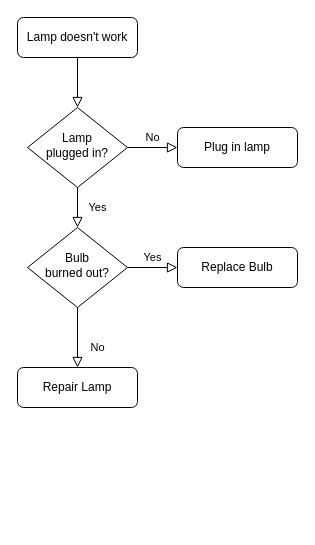
This is Untitled Diagram.drawio from Lamdadsn/Lamdadsn, a draw.io file, before an edit. Source tidied: cells renumbered, new cells numbered last; positions are measured from the earlier drawing's top-left corner, leaving out a move shared by most shapes. Both pictures are drawn from the tidied source at 100%, with x=0, y=0 at pixel (17, 17).
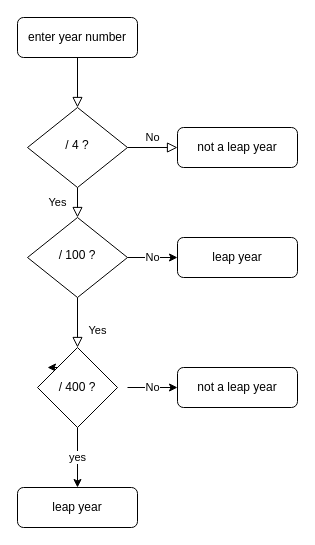
Above is the later version.

What changed in the source:
```diff
@@
-    <mxCell id="3" value="Lamp doesn't work" style="rounded=1;whiteSpace=wrap;html=1;fontSize=12;glass=0;strokeWidth=1;shadow=0;" parent="1" vertex="1">
+    <mxCell id="3" value="enter year number" style="rounded=1;whiteSpace=wrap;html=1;fontSize=12;glass=0;strokeWidth=1;shadow=0;" parent="1" vertex="1">
       <mxGeometry width="120" height="40" as="geometry" />
     </mxCell>
@@
-    <mxCell id="6" value="Lamp&lt;br&gt;plugged in?" style="rhombus;whiteSpace=wrap;html=1;shadow=0;fontFamily=Helvetica;fontSize=12;align=center;strokeWidth=1;spacing=6;spacingTop=-4;" parent="1" vertex="1">
+    <mxCell id="6" value="/ 4 ?" style="rhombus;whiteSpace=wrap;html=1;shadow=0;fontFamily=Helvetica;fontSize=12;align=center;strokeWidth=1;spacing=6;spacingTop=-4;" parent="1" vertex="1">
       <mxGeometry x="10" y="90" width="100" height="80" as="geometry" />
     </mxCell>
-    <mxCell id="7" value="Plug in lamp" style="rounded=1;whiteSpace=wrap;html=1;fontSize=12;glass=0;strokeWidth=1;shadow=0;" parent="1" vertex="1">
+    <mxCell id="7" value="not a leap year" style="rounded=1;whiteSpace=wrap;html=1;fontSize=12;glass=0;strokeWidth=1;shadow=0;" parent="1" vertex="1">
       <mxGeometry x="160" y="110" width="120" height="40" as="geometry" />
     </mxCell>
-    <mxCell id="8" value="No" style="rounded=0;html=1;jettySize=auto;fontSize=11;endArrow=block;endFill=0;endSize=8;strokeWidth=1;shadow=0;labelBackgroundColor=none;edgeStyle=orthogonalEdgeStyle;" parent="1" edge="1" source="10" target="11">
+    <mxCell id="8" value="Yes" style="rounded=0;html=1;jettySize=auto;fontSize=11;endArrow=block;endFill=0;endSize=8;strokeWidth=1;shadow=0;labelBackgroundColor=none;edgeStyle=orthogonalEdgeStyle;" parent="1" edge="1" source="10" target="15">
       <mxGeometry x="0.33" y="20" relative="1" as="geometry" />
     </mxCell>
-    <mxCell id="9" value="Yes" style="edgeStyle=orthogonalEdgeStyle;rounded=0;html=1;jettySize=auto;fontSize=11;endArrow=block;endFill=0;endSize=8;strokeWidth=1;shadow=0;labelBackgroundColor=none;" parent="1" edge="1" source="10" target="12">
-      <mxGeometry y="10" relative="1" as="geometry" />
-    </mxCell>
-    <mxCell id="10" value="Bulb&lt;br&gt;burned out?" style="rhombus;whiteSpace=wrap;html=1;shadow=0;fontFamily=Helvetica;fontSize=12;align=center;strokeWidth=1;spacing=6;spacingTop=-4;" parent="1" vertex="1">
-      <mxGeometry x="10" y="210" width="100" height="80" as="geometry" />
+    <mxCell id="10" value="/ 100 ?" style="rhombus;whiteSpace=wrap;html=1;shadow=0;fontFamily=Helvetica;fontSize=12;align=center;strokeWidth=1;spacing=6;spacingTop=-4;" parent="1" vertex="1">
+      <mxGeometry x="10" y="200" width="100" height="80" as="geometry" />
     </mxCell>
-    <mxCell id="11" value="Repair Lamp" style="rounded=1;whiteSpace=wrap;html=1;fontSize=12;glass=0;strokeWidth=1;shadow=0;" parent="1" vertex="1">
-      <mxGeometry y="350" width="120" height="40" as="geometry" />
+    <mxCell id="11" value="leap year" style="rounded=1;whiteSpace=wrap;html=1;fontSize=12;glass=0;strokeWidth=1;shadow=0;" parent="1" vertex="1">
+      <mxGeometry y="470" width="120" height="40" as="geometry" />
     </mxCell>
-    <mxCell id="12" value="Replace Bulb" style="rounded=1;whiteSpace=wrap;html=1;fontSize=12;glass=0;strokeWidth=1;shadow=0;" parent="1" vertex="1">
-      <mxGeometry x="160" y="230" width="120" height="40" as="geometry" />
-    </mxCell>
+    <mxCell id="13" style="edgeStyle=orthogonalEdgeStyle;rounded=0;jettySize=auto;html=1;exitX=0;exitY=0;exitDx=0;exitDy=0;" parent="1" edge="1" source="15">
+      <mxGeometry relative="1" as="geometry">
+        <mxPoint x="30" y="350" as="targetPoint" />
+      </mxGeometry>
+    </mxCell>
+    <mxCell id="14" value="yes" style="edgeStyle=orthogonalEdgeStyle;rounded=0;jettySize=auto;html=1;exitX=0.5;exitY=1;exitDx=0;exitDy=0;entryX=0.5;entryY=0;entryDx=0;entryDy=0;" parent="1" edge="1" source="15" target="11">
+      <mxGeometry relative="1" as="geometry" />
+    </mxCell>
+    <mxCell id="15" value="/ 400 ?" style="rhombus;whiteSpace=wrap;html=1;" parent="1" vertex="1">
+      <mxGeometry x="20" y="330" width="80" height="80" as="geometry" />
+    </mxCell>
+    <mxCell id="16" value="No" style="endArrow=classic;html=1;rounded=0;exitX=1;exitY=0.5;exitDx=0;exitDy=0;entryX=0;entryY=0.5;entryDx=0;entryDy=0;" parent="1" edge="1" source="10">
+      <mxGeometry relative="1" as="geometry">
+        <mxPoint x="160" y="240" as="targetPoint" />
+      </mxGeometry>
+    </mxCell>
+    <mxCell id="17" value="leap year" style="rounded=1;whiteSpace=wrap;html=1;fontSize=12;glass=0;strokeWidth=1;shadow=0;" parent="1" vertex="1">
+      <mxGeometry x="160" y="220" width="120" height="40" as="geometry" />
+    </mxCell>
+    <mxCell id="18" value="No" style="endArrow=classic;html=1;rounded=0;exitX=1;exitY=0.5;exitDx=0;exitDy=0;entryX=0;entryY=0.5;entryDx=0;entryDy=0;" parent="1" edge="1">
+      <mxGeometry relative="1" as="geometry">
+        <mxPoint x="110" y="370" as="sourcePoint" />
+        <mxPoint x="160" y="370" as="targetPoint" />
+      </mxGeometry>
+    </mxCell>
+    <mxCell id="19" value="not a leap year" style="rounded=1;whiteSpace=wrap;html=1;fontSize=12;glass=0;strokeWidth=1;shadow=0;" parent="1" vertex="1">
+      <mxGeometry x="160" y="350" width="120" height="40" as="geometry" />
+    </mxCell>
```
